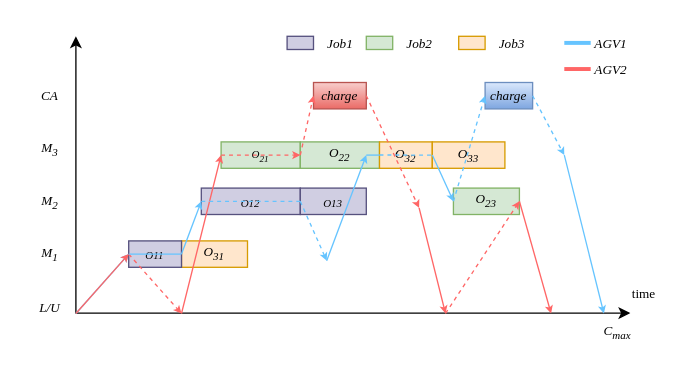
This is gante.drawio from aslongaslihappy/algorithm, a draw.io file, before an edit. Source tidied: cells renumbered, new cells numbered last; positions are measured from the earlier drawing's top-left corner, leaving out a move shared by most shapes. Both pictures are drawn from the tidied source at 132%, with x=0, y=0 at pixel (22, 22).
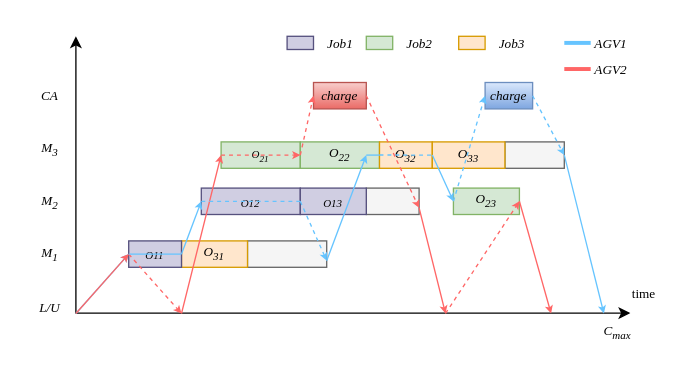
The same page after the edit.

Change to the diagram source:
```diff
@@
+    <mxCell id="53" style="rounded=0;whiteSpace=wrap;html=1;fontSize=10;fontFamily=Times New Roman;fontStyle=2;fillColor=#f5f5f5;strokeColor=#666666;fontColor=#333333;" parent="1" vertex="1">
+      <mxGeometry x="365" y="90" width="45" height="20" as="geometry" />
+    </mxCell>
+    <mxCell id="54" style="rounded=0;whiteSpace=wrap;html=1;fontSize=10;fontFamily=Times New Roman;fontStyle=2;fillColor=#f5f5f5;strokeColor=#666666;fillStyle=solid;fontColor=#333333;" parent="1" vertex="1">
+      <mxGeometry x="260" y="125" width="40" height="20" as="geometry" />
+    </mxCell>
+    <mxCell id="55" style="rounded=0;whiteSpace=wrap;html=1;fontFamily=Times New Roman;fontStyle=2;fontSize=10;fillColor=#f5f5f5;strokeColor=#666666;shadow=0;glass=0;fillStyle=auto;fontColor=#333333;" parent="1" vertex="1">
+      <mxGeometry x="170" y="165" width="60" height="20" as="geometry" />
+    </mxCell>
```
